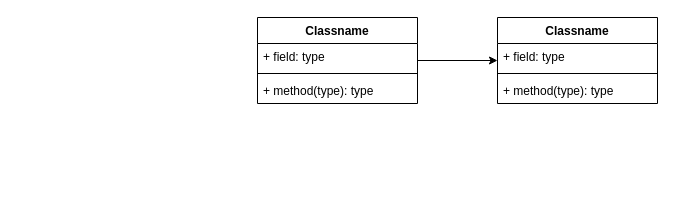
Styans/design_patterns_su keeps this draw.io diagram as module_13/lab13.drawio. Above is the earlier version. Source tidied: cells renumbered, new cells numbered last; positions are measured from the earlier drawing's top-left corner, leaving out a move shared by most shapes. Both pictures are drawn from the tidied source at 100%, with x=0, y=0 at pixel (257, 17).
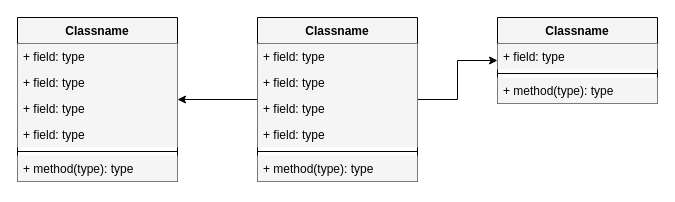
The same page after the edit.

Diff of the diagram source:
```diff
@@
-    <mxCell id="2" style="edgeStyle=orthogonalEdgeStyle;rounded=0;jettySize=auto;html=1;" parent="1" edge="1" source="3" target="7">
+    <mxCell id="2" style="edgeStyle=orthogonalEdgeStyle;rounded=0;jettySize=auto;html=1;fillColor=#F5F5F5;" parent="1" edge="1" source="3" target="7">
       <mxGeometry relative="1" as="geometry" />
     </mxCell>
+    <mxCell id="11" style="edgeStyle=orthogonalEdgeStyle;rounded=0;jettySize=auto;html=1;" parent="1" edge="1" source="3" target="15">
+      <mxGeometry relative="1" as="geometry" />
+    </mxCell>
-    <mxCell id="3" value="Classname" style="swimlane;fontStyle=1;align=center;verticalAlign=top;horizontal=1;startSize=26;whiteSpace=wrap;html=1;" parent="1" vertex="1">
-      <mxGeometry width="160" height="86" as="geometry" />
+    <mxCell id="3" value="Classname" style="swimlane;fontStyle=1;align=center;verticalAlign=top;horizontal=1;startSize=26;whiteSpace=wrap;html=1;fillColor=#F5F5F5;" parent="1" vertex="1">
+      <mxGeometry width="160" height="164" as="geometry" />
     </mxCell>
+    <mxCell id="12" value="+ field: type" style="text;strokeColor=none;fillColor=#F5F5F5;align=left;verticalAlign=top;spacingLeft=4;spacingRight=4;overflow=hidden;whiteSpace=wrap;html=1;" parent="3" vertex="1">
+      <mxGeometry y="26" width="160" height="26" as="geometry" />
+    </mxCell>
+    <mxCell id="13" value="+ field: type" style="text;strokeColor=none;fillColor=#F5F5F5;align=left;verticalAlign=top;spacingLeft=4;spacingRight=4;overflow=hidden;whiteSpace=wrap;html=1;" parent="3" vertex="1">
+      <mxGeometry y="52" width="160" height="26" as="geometry" />
+    </mxCell>
+    <mxCell id="14" value="+ field: type" style="text;strokeColor=none;fillColor=#F5F5F5;align=left;verticalAlign=top;spacingLeft=4;spacingRight=4;overflow=hidden;whiteSpace=wrap;html=1;" parent="3" vertex="1">
+      <mxGeometry y="78" width="160" height="26" as="geometry" />
+    </mxCell>
-    <mxCell id="4" value="+ field: type" style="text;strokeColor=none;fillColor=none;align=left;verticalAlign=top;spacingLeft=4;spacingRight=4;overflow=hidden;whiteSpace=wrap;html=1;" parent="3" vertex="1">
-      <mxGeometry y="26" width="160" height="26" as="geometry" />
+    <mxCell id="4" value="+ field: type" style="text;strokeColor=none;fillColor=#F5F5F5;align=left;verticalAlign=top;spacingLeft=4;spacingRight=4;overflow=hidden;whiteSpace=wrap;html=1;" parent="3" vertex="1">
+      <mxGeometry y="104" width="160" height="26" as="geometry" />
     </mxCell>
-    <mxCell id="5" style="line;strokeWidth=1;fillColor=none;align=left;verticalAlign=middle;spacingTop=-1;spacingLeft=3;spacingRight=3;labelPosition=right;strokeColor=inherit;" parent="3" vertex="1">
-      <mxGeometry y="52" width="160" height="8" as="geometry" />
+    <mxCell id="5" style="line;strokeWidth=1;fillColor=#F5F5F5;align=left;verticalAlign=middle;spacingTop=-1;spacingLeft=3;spacingRight=3;labelPosition=right;strokeColor=inherit;" parent="3" vertex="1">
+      <mxGeometry y="130" width="160" height="8" as="geometry" />
     </mxCell>
-    <mxCell id="6" value="+ method(type): type" style="text;strokeColor=none;fillColor=none;align=left;verticalAlign=top;spacingLeft=4;spacingRight=4;overflow=hidden;whiteSpace=wrap;html=1;" parent="3" vertex="1">
-      <mxGeometry y="60" width="160" height="26" as="geometry" />
+    <mxCell id="6" value="+ method(type): type" style="text;strokeColor=none;fillColor=#F5F5F5;align=left;verticalAlign=top;spacingLeft=4;spacingRight=4;overflow=hidden;whiteSpace=wrap;html=1;" parent="3" vertex="1">
+      <mxGeometry y="138" width="160" height="26" as="geometry" />
     </mxCell>
-    <mxCell id="7" value="Classname" style="swimlane;fontStyle=1;align=center;verticalAlign=top;horizontal=1;startSize=26;whiteSpace=wrap;html=1;" parent="1" vertex="1">
+    <mxCell id="7" value="Classname" style="swimlane;fontStyle=1;align=center;verticalAlign=top;horizontal=1;startSize=26;whiteSpace=wrap;html=1;fillColor=#F5F5F5;" parent="1" vertex="1">
       <mxGeometry x="240" width="160" height="86" as="geometry" />
     </mxCell>
-    <mxCell id="8" value="+ field: type" style="text;strokeColor=none;fillColor=none;align=left;verticalAlign=top;spacingLeft=4;spacingRight=4;overflow=hidden;whiteSpace=wrap;html=1;" parent="7" vertex="1">
+    <mxCell id="8" value="+ field: type" style="text;strokeColor=none;fillColor=#F5F5F5;align=left;verticalAlign=top;spacingLeft=4;spacingRight=4;overflow=hidden;whiteSpace=wrap;html=1;" parent="7" vertex="1">
       <mxGeometry y="26" width="160" height="26" as="geometry" />
     </mxCell>
-    <mxCell id="9" style="line;strokeWidth=1;fillColor=none;align=left;verticalAlign=middle;spacingTop=-1;spacingLeft=3;spacingRight=3;labelPosition=right;strokeColor=inherit;" parent="7" vertex="1">
+    <mxCell id="9" style="line;strokeWidth=1;fillColor=#F5F5F5;align=left;verticalAlign=middle;spacingTop=-1;spacingLeft=3;spacingRight=3;labelPosition=right;strokeColor=inherit;" parent="7" vertex="1">
       <mxGeometry y="52" width="160" height="8" as="geometry" />
     </mxCell>
-    <mxCell id="10" value="+ method(type): type" style="text;strokeColor=none;fillColor=none;align=left;verticalAlign=top;spacingLeft=4;spacingRight=4;overflow=hidden;whiteSpace=wrap;html=1;" parent="7" vertex="1">
+    <mxCell id="10" value="+ method(type): type" style="text;strokeColor=none;fillColor=#F5F5F5;align=left;verticalAlign=top;spacingLeft=4;spacingRight=4;overflow=hidden;whiteSpace=wrap;html=1;" parent="7" vertex="1">
       <mxGeometry y="60" width="160" height="26" as="geometry" />
     </mxCell>
+    <mxCell id="15" value="Classname" style="swimlane;fontStyle=1;align=center;verticalAlign=top;horizontal=1;startSize=26;whiteSpace=wrap;html=1;fillColor=#F5F5F5;" parent="1" vertex="1">
+      <mxGeometry x="-240" width="160" height="164" as="geometry" />
+    </mxCell>
+    <mxCell id="16" value="+ field: type" style="text;strokeColor=none;fillColor=#F5F5F5;align=left;verticalAlign=top;spacingLeft=4;spacingRight=4;overflow=hidden;whiteSpace=wrap;html=1;" parent="15" vertex="1">
+      <mxGeometry y="26" width="160" height="26" as="geometry" />
+    </mxCell>
+    <mxCell id="17" value="+ field: type" style="text;strokeColor=none;fillColor=#F5F5F5;align=left;verticalAlign=top;spacingLeft=4;spacingRight=4;overflow=hidden;whiteSpace=wrap;html=1;" parent="15" vertex="1">
+      <mxGeometry y="52" width="160" height="26" as="geometry" />
+    </mxCell>
+    <mxCell id="18" value="+ field: type" style="text;strokeColor=none;fillColor=#F5F5F5;align=left;verticalAlign=top;spacingLeft=4;spacingRight=4;overflow=hidden;whiteSpace=wrap;html=1;" parent="15" vertex="1">
+      <mxGeometry y="78" width="160" height="26" as="geometry" />
+    </mxCell>
+    <mxCell id="19" value="+ field: type" style="text;strokeColor=none;fillColor=#F5F5F5;align=left;verticalAlign=top;spacingLeft=4;spacingRight=4;overflow=hidden;whiteSpace=wrap;html=1;" parent="15" vertex="1">
+      <mxGeometry y="104" width="160" height="26" as="geometry" />
+    </mxCell>
+    <mxCell id="20" style="line;strokeWidth=1;fillColor=#F5F5F5;align=left;verticalAlign=middle;spacingTop=-1;spacingLeft=3;spacingRight=3;labelPosition=right;strokeColor=inherit;" parent="15" vertex="1">
+      <mxGeometry y="130" width="160" height="8" as="geometry" />
+    </mxCell>
+    <mxCell id="21" value="+ method(type): type" style="text;strokeColor=none;fillColor=#F5F5F5;align=left;verticalAlign=top;spacingLeft=4;spacingRight=4;overflow=hidden;whiteSpace=wrap;html=1;" parent="15" vertex="1">
+      <mxGeometry y="138" width="160" height="26" as="geometry" />
+    </mxCell>
```
